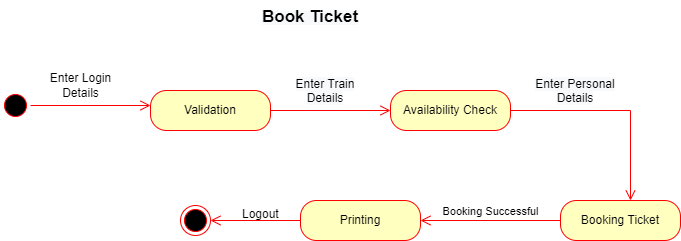
Ishika2337/UST-prograd-training keeps this draw.io diagram as Object Modelling/Railway-Reservation-System/STDTicket.drawio.png. Above is the earlier version. Source tidied: cells renumbered, new cells last; positions are measured from the earlier drawing's top-left corner, leaving out a move shared by most shapes.
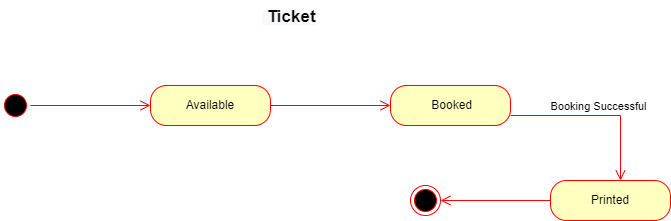
After the change.

Commit message:
STD ticket modified

What changed in the source:
```diff
@@ -10,52 +10,32 @@
         <mxPoint x="150" y="105" as="targetPoint" />
       </mxGeometry>
     </mxCell>
-    <mxCell id="4" value="Enter Login&lt;br&gt;Details" style="text;html=1;align=center;verticalAlign=middle;fillColor=none;strokeColor=none;rounded=0;" parent="1" vertex="1">
-      <mxGeometry x="40" y="70" width="80" height="30" as="geometry" />
-    </mxCell>
-    <mxCell id="5" value="Validation" style="rounded=1;whiteSpace=wrap;html=1;arcSize=40;fontColor=#000000;fillColor=#ffffc0;strokeColor=#ff0000;" parent="1" vertex="1">
-      <mxGeometry x="150" y="90" width="120" height="40" as="geometry" />
-    </mxCell>
-    <mxCell id="6" style="edgeStyle=orthogonalEdgeStyle;html=1;verticalAlign=bottom;endArrow=open;endSize=8;strokeColor=#ff0000;rounded=0;" parent="1" edge="1" source="5">
-      <mxGeometry relative="1" as="geometry">
-        <mxPoint x="390" y="110" as="targetPoint" />
-      </mxGeometry>
-    </mxCell>
-    <mxCell id="7" value="&lt;span style=&quot;color: rgb(0 , 0 , 0) ; font-family: &amp;#34;helvetica&amp;#34; ; font-size: 12px ; font-style: normal ; font-weight: 400 ; letter-spacing: normal ; text-indent: 0px ; text-transform: none ; word-spacing: 0px ; background-color: rgb(248 , 249 , 250) ; display: inline ; float: none&quot;&gt;Enter Train&lt;br&gt;&lt;/span&gt;&lt;span style=&quot;color: rgb(0 , 0 , 0) ; font-family: &amp;#34;helvetica&amp;#34; ; font-size: 12px ; font-style: normal ; font-weight: 400 ; letter-spacing: normal ; text-indent: 0px ; text-transform: none ; word-spacing: 0px ; background-color: rgb(248 , 249 , 250) ; display: inline ; float: none&quot;&gt;Details&lt;/span&gt;" style="text;whiteSpace=wrap;html=1;align=center;" parent="1" vertex="1">
-      <mxGeometry x="280" y="70" width="90" height="40" as="geometry" />
-    </mxCell>
-    <mxCell id="8" value="Availability Check" style="rounded=1;whiteSpace=wrap;html=1;arcSize=40;fontColor=#000000;fillColor=#ffffc0;strokeColor=#ff0000;" parent="1" vertex="1">
-      <mxGeometry x="390" y="90" width="120" height="40" as="geometry" />
+    <mxCell id="8" value="Available" style="rounded=1;whiteSpace=wrap;html=1;arcSize=40;fontColor=#000000;fillColor=#ffffc0;strokeColor=#ff0000;" parent="1" vertex="1">
+      <mxGeometry x="150" y="85" width="120" height="40" as="geometry" />
     </mxCell>
     <mxCell id="9" style="edgeStyle=orthogonalEdgeStyle;html=1;verticalAlign=bottom;endArrow=open;endSize=8;strokeColor=#ff0000;rounded=0;" parent="1" edge="1" source="8">
       <mxGeometry relative="1" as="geometry">
-        <mxPoint x="630" y="200" as="targetPoint" />
+        <mxPoint x="390" y="105" as="targetPoint" />
       </mxGeometry>
     </mxCell>
-    <mxCell id="10" value="Booking Ticket" style="rounded=1;whiteSpace=wrap;html=1;arcSize=40;fontColor=#000000;fillColor=#ffffc0;strokeColor=#ff0000;" parent="1" vertex="1">
-      <mxGeometry x="560" y="200" width="120" height="40" as="geometry" />
+    <mxCell id="10" value="&amp;nbsp;Booked" style="rounded=1;whiteSpace=wrap;html=1;arcSize=40;fontColor=#000000;fillColor=#ffffc0;strokeColor=#ff0000;" parent="1" vertex="1">
+      <mxGeometry x="390" y="85" width="120" height="40" as="geometry" />
     </mxCell>
-    <mxCell id="11" value="Booking Successful" style="edgeStyle=orthogonalEdgeStyle;html=1;verticalAlign=bottom;endArrow=open;endSize=8;strokeColor=#ff0000;rounded=0;" parent="1" edge="1" source="10">
+    <mxCell id="11" value="Booking Successful" style="edgeStyle=orthogonalEdgeStyle;html=1;verticalAlign=bottom;endArrow=open;endSize=8;strokeColor=#ff0000;rounded=0;exitX=1;exitY=0.75;exitDx=0;exitDy=0;" parent="1" edge="1" source="10">
       <mxGeometry relative="1" as="geometry">
-        <mxPoint x="420" y="220" as="targetPoint" />
+        <mxPoint x="620" y="180" as="targetPoint" />
       </mxGeometry>
     </mxCell>
-    <mxCell id="12" value="Printing" style="rounded=1;whiteSpace=wrap;html=1;arcSize=40;fontColor=#000000;fillColor=#ffffc0;strokeColor=#ff0000;" parent="1" vertex="1">
-      <mxGeometry x="300" y="200" width="120" height="40" as="geometry" />
+    <mxCell id="12" value="Printed" style="rounded=1;whiteSpace=wrap;html=1;arcSize=40;fontColor=#000000;fillColor=#ffffc0;strokeColor=#ff0000;" parent="1" vertex="1">
+      <mxGeometry x="550" y="180" width="120" height="40" as="geometry" />
     </mxCell>
     <mxCell id="13" style="edgeStyle=orthogonalEdgeStyle;html=1;verticalAlign=bottom;endArrow=open;endSize=8;strokeColor=#ff0000;rounded=0;" parent="1" edge="1" source="12" target="15">
       <mxGeometry relative="1" as="geometry" />
     </mxCell>
-    <mxCell id="14" value="&lt;span style=&quot;color: rgb(0 , 0 , 0) ; font-size: 12px ; font-style: normal ; font-weight: 400 ; letter-spacing: normal ; text-indent: 0px ; text-transform: none ; word-spacing: 0px ; font-family: &amp;#34;helvetica&amp;#34; ; background-color: rgb(248 , 249 , 250) ; display: inline ; float: none&quot;&gt;Enter Personal&lt;br&gt;&lt;/span&gt;&lt;span style=&quot;color: rgb(0 , 0 , 0) ; font-size: 12px ; font-style: normal ; font-weight: 400 ; letter-spacing: normal ; text-indent: 0px ; text-transform: none ; word-spacing: 0px ; font-family: &amp;#34;helvetica&amp;#34; ; background-color: rgb(248 , 249 , 250) ; display: inline ; float: none&quot;&gt;Details&lt;/span&gt;" style="text;whiteSpace=wrap;html=1;align=center;" parent="1" vertex="1">
-      <mxGeometry x="530" y="70" width="90" height="40" as="geometry" />
-    </mxCell>
     <mxCell id="15" style="ellipse;html=1;shape=endState;fillColor=#000000;strokeColor=#ff0000;" parent="1" vertex="1">
-      <mxGeometry x="180" y="205" width="30" height="30" as="geometry" />
+      <mxGeometry x="410" y="185" width="30" height="30" as="geometry" />
     </mxCell>
-    <mxCell id="16" value="&lt;div style=&quot;text-align: center&quot;&gt;&lt;span&gt;&lt;font face=&quot;helvetica&quot;&gt;Logout&lt;/font&gt;&lt;/span&gt;&lt;/div&gt;" style="text;whiteSpace=wrap;html=1;" parent="1" vertex="1">
-      <mxGeometry x="240" y="200" width="40" height="30" as="geometry" />
-    </mxCell>
-    <mxCell id="17" value="&lt;b style=&quot;color: rgb(0 , 0 , 0) ; font-size: 12px ; font-style: normal ; letter-spacing: normal ; text-indent: 0px ; text-transform: none ; word-spacing: 0px ; font-family: &amp;#34;helvetica&amp;#34; ; text-align: center ; background-color: rgb(248 , 249 , 250)&quot;&gt;&lt;font style=&quot;font-size: 17px&quot;&gt;Book Ticket&lt;/font&gt;&lt;/b&gt;" style="text;whiteSpace=wrap;html=1;" parent="1" vertex="1">
+    <mxCell id="17" value="&lt;b style=&quot;color: rgb(0 , 0 , 0) ; font-size: 12px ; font-style: normal ; letter-spacing: normal ; text-indent: 0px ; text-transform: none ; word-spacing: 0px ; font-family: &amp;#34;helvetica&amp;#34; ; text-align: center ; background-color: rgb(248 , 249 , 250)&quot;&gt;&lt;font style=&quot;font-size: 17px&quot;&gt;&amp;nbsp;Ticket&lt;/font&gt;&lt;/b&gt;" style="text;whiteSpace=wrap;html=1;" parent="1" vertex="1">
       <mxGeometry x="260" width="110" height="30" as="geometry" />
     </mxCell>
   </root>
```
